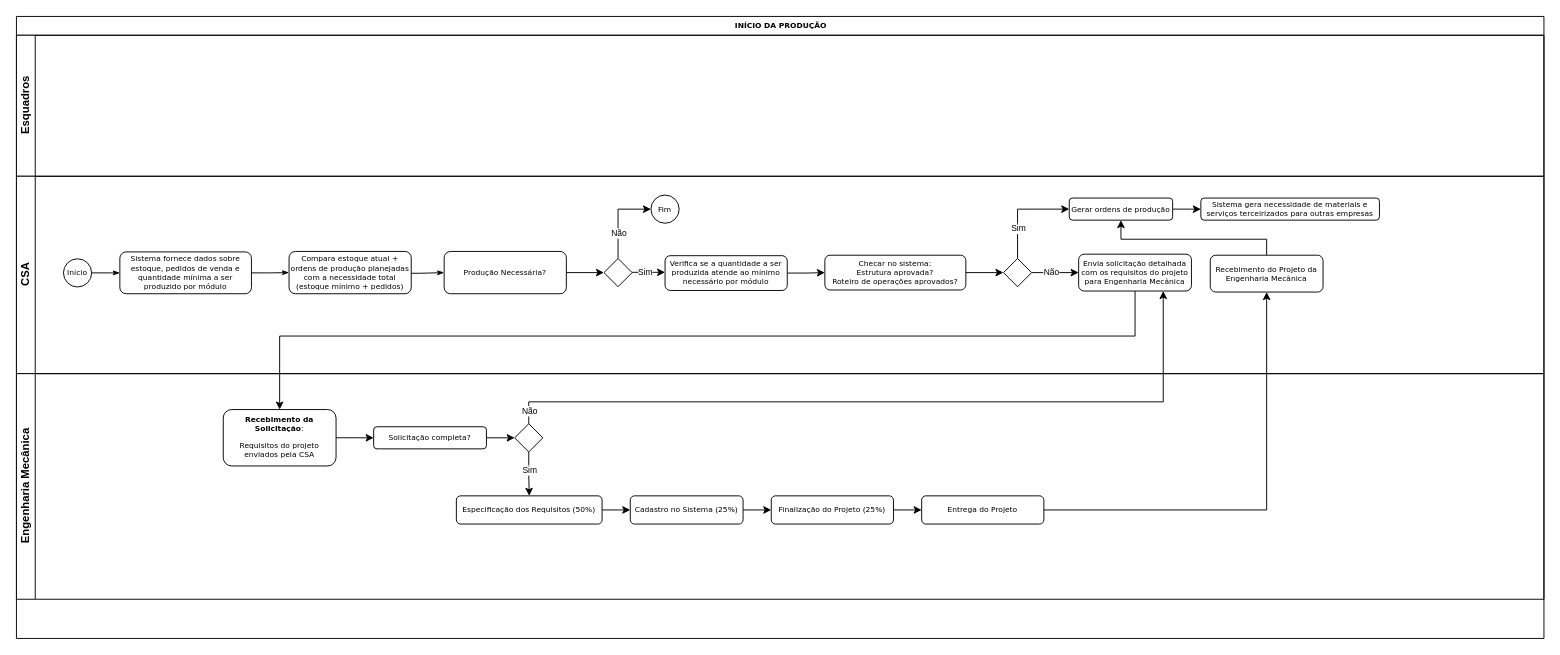
Above: fluxogramas/Diagrama sem nome.drawio in felipegps/fluxogramas (draw.io), before the change. Source tidied: cells renumbered, new cells numbered last; positions are measured from the earlier drawing's top-left corner, leaving out a move shared by most shapes. Both pictures are drawn from the tidied source at 94%, with x=0, y=0 at pixel (16, 16).
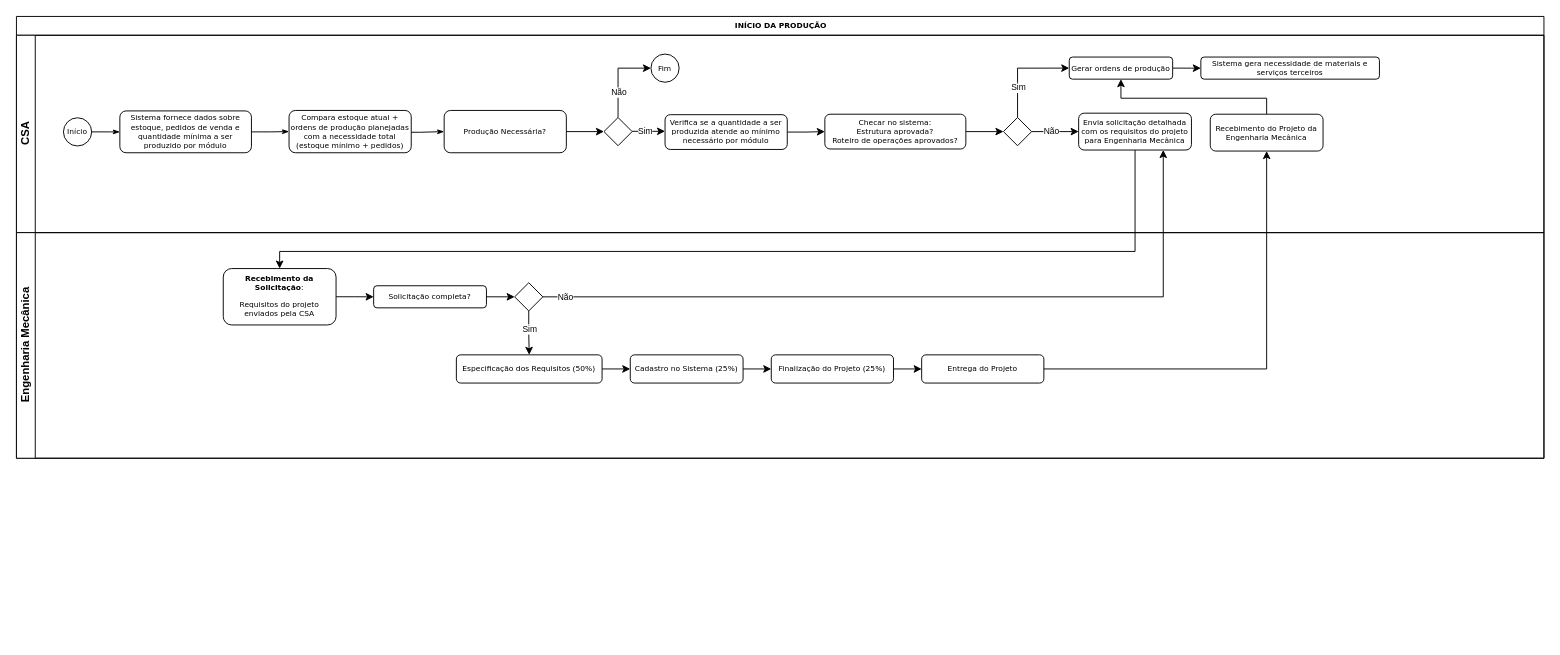
After the change.

Unchanged cells that the change refers to:
```xml
<mxCell id="30" value="Envia solicitação detalhada com os requisitos do projeto para Engenharia Mecânica" style="rounded=1;whiteSpace=wrap;html=1;shadow=0;labelBackgroundColor=none;strokeWidth=1;fontFamily=Verdana;fontSize=8;align=center;" parent="4" vertex="1">
  <mxGeometry x="1130" y="82.9" width="120" height="39.2" as="geometry" />
</mxCell>
<mxCell id="39" value="&lt;p&gt;&lt;strong&gt;Recebimento da Solicitação&lt;/strong&gt;:&lt;/p&gt;&lt;p&gt;Requisitos do projet&lt;span style=&quot;background-color: initial;&quot;&gt;o enviados pela CSA&lt;/span&gt;&lt;/p&gt;" style="whiteSpace=wrap;html=1;fontSize=8;fontFamily=Verdana;rounded=1;shadow=0;labelBackgroundColor=none;strokeWidth=1;" parent="37" vertex="1">
  <mxGeometry x="220" y="38.2" width="120" height="60" as="geometry" />
</mxCell>
<mxCell id="43" style="strokeWidth=1;html=1;shape=mxgraph.flowchart.decision;whiteSpace=wrap;rounded=1;shadow=0;labelBackgroundColor=none;fontFamily=Verdana;fontSize=8;align=center;" parent="37" vertex="1">
  <mxGeometry x="530" y="53.3" width="30" height="30" as="geometry" />
</mxCell>
```

Change to the diagram source:
```diff
@@
     <mxCell id="2" value="INÍCIO DA PRODUÇÃO" style="swimlane;html=1;horizontal=1;startSize=20;rounded=0;shadow=0;labelBackgroundColor=none;strokeWidth=1;fontFamily=Verdana;fontSize=8;align=center;" parent="1" vertex="1">
-      <mxGeometry width="1625" height="661.7" as="geometry" />
+      <mxGeometry width="1625" height="470" as="geometry" />
     </mxCell>
-    <mxCell id="3" value="Esquadros" style="swimlane;html=1;startSize=20;horizontal=0;" parent="2" vertex="1">
-      <mxGeometry y="20" width="1625" height="150" as="geometry" />
-    </mxCell>
     <mxCell id="4" value="CSA" style="swimlane;html=1;startSize=20;horizontal=0;" parent="2" vertex="1">
-      <mxGeometry y="170" width="1625" height="210" as="geometry" />
+      <mxGeometry y="20" width="1625" height="210" as="geometry" />
     </mxCell>
@@
-    <mxCell id="33" value="Sistema gera necessidade de materiais e serviços terceirizados para outras empresas" style="rounded=1;whiteSpace=wrap;html=1;shadow=0;labelBackgroundColor=none;strokeWidth=1;fontFamily=Verdana;fontSize=8;align=center;" parent="4" vertex="1">
+    <mxCell id="33" value="Sistema gera necessidade de materiais e serviços terceiros" style="rounded=1;whiteSpace=wrap;html=1;shadow=0;labelBackgroundColor=none;strokeWidth=1;fontFamily=Verdana;fontSize=8;align=center;" parent="4" vertex="1">
       <mxGeometry x="1260" y="23.2" width="190" height="23.5" as="geometry" />
     </mxCell>
     <mxCell id="34" style="edgeStyle=orthogonalEdgeStyle;rounded=0;jettySize=auto;html=1;" parent="2" edge="1" source="30" target="39">
       <mxGeometry relative="1" as="geometry">
         <Array as="points">
-          <mxPoint x="1190" y="340" />
-          <mxPoint x="280" y="340" />
+          <mxPoint x="1190" y="250" />
+          <mxPoint x="280" y="250" />
         </Array>
       </mxGeometry>
     </mxCell>
     <mxCell id="35" style="edgeStyle=orthogonalEdgeStyle;rounded=0;jettySize=auto;html=1;entryX=0.75;entryY=1;entryDx=0;entryDy=0;" parent="2" edge="1" source="43" target="30">
       <mxGeometry relative="1" as="geometry">
         <Array as="points">
-          <mxPoint x="545" y="410" />
-          <mxPoint x="1220" y="410" />
+          <mxPoint x="1220" y="298" />
         </Array>
       </mxGeometry>
     </mxCell>
     <mxCell id="36" value="Não" style="edgeLabel;html=1;align=center;verticalAlign=middle;fontSize=9;" parent="35" vertex="1">
       <mxGeometry x="-0.96" y="-3" relative="1" as="geometry">
-        <mxPoint x="-3" y="2" as="offset" />
+        <mxPoint x="7" y="-3" as="offset" />
       </mxGeometry>
     </mxCell>
     <mxCell id="37" value="Engenharia Mecânica" style="swimlane;html=1;startSize=20;horizontal=0;" parent="2" vertex="1">
-      <mxGeometry y="380" width="1625" height="240" as="geometry" />
+      <mxGeometry y="230" width="1625" height="240" as="geometry" />
     </mxCell>
```
